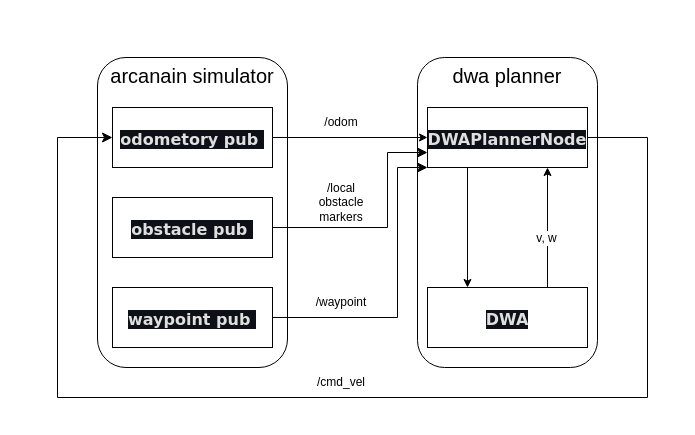
Earlier version of the draw.io diagram images/system_architecture.drawio (Arcanain/dwa_planner). Source tidied: cells renumbered, new cells numbered last; positions are measured from the earlier drawing's top-left corner, leaving out a move shared by most shapes. Both pictures are drawn from the tidied source at 100%, with x=0, y=0 at pixel (57, 57).
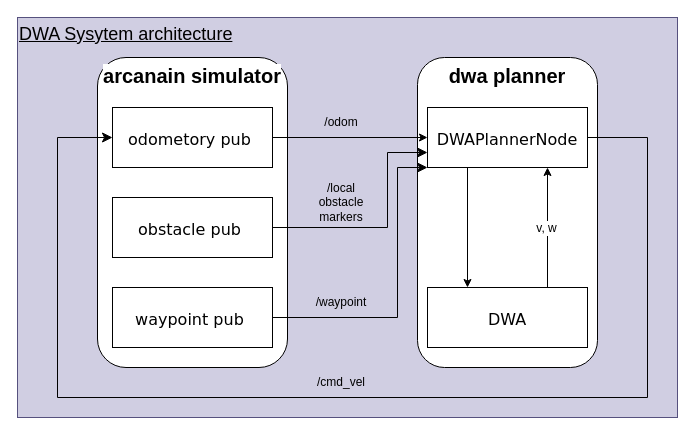
The same diagram, later.

Commit message (it also covers changes not shown here):
[add]system_architecture

The change refers to these unchanged cells:
```xml
<mxCell id="7" style="edgeStyle=none;html=1;fontSize=20;entryX=0.75;entryY=1;entryDx=0;entryDy=0;exitX=0.75;exitY=0;exitDx=0;exitDy=0;" parent="1" edge="1" source="6" target="5">
  <mxGeometry relative="1" as="geometry" />
</mxCell>
```

Diff of the diagram source:
```diff
@@
+    <mxCell id="20" value="&lt;font style=&quot;font-size: 18px;&quot; color=&quot;#000000&quot;&gt;&lt;u&gt;DWA Sysytem architecture&lt;/u&gt;&lt;/font&gt;" style="rounded=0;whiteSpace=wrap;html=1;fontSize=12;verticalAlign=top;align=left;labelBackgroundColor=none;fillColor=#d0cee2;strokeColor=#56517e;" parent="1" vertex="1">
+      <mxGeometry x="-40" y="-40" width="660" height="400" as="geometry" />
+    </mxCell>
-    <mxCell id="2" value="&lt;span style=&quot;font-size: 20px;&quot;&gt;arcanain simulator&lt;/span&gt;" style="rounded=1;whiteSpace=wrap;html=1;align=center;verticalAlign=top;" parent="1" vertex="1">
+    <mxCell id="2" value="&lt;span style=&quot;font-size: 20px;&quot;&gt;&lt;b&gt;arcanain simulator&lt;/b&gt;&lt;/span&gt;" style="rounded=1;whiteSpace=wrap;html=1;align=center;verticalAlign=top;labelBackgroundColor=default;" parent="1" vertex="1">
       <mxGeometry x="40" width="190" height="310" as="geometry" />
     </mxCell>
-    <mxCell id="3" value="&lt;span style=&quot;font-size: 20px;&quot;&gt;dwa planner&lt;/span&gt;" style="rounded=1;whiteSpace=wrap;html=1;align=center;verticalAlign=top;" parent="1" vertex="1">
+    <mxCell id="3" value="&lt;span style=&quot;font-size: 20px;&quot;&gt;&lt;b&gt;dwa planner&lt;/b&gt;&lt;/span&gt;" style="rounded=1;whiteSpace=wrap;html=1;align=center;verticalAlign=top;labelBackgroundColor=default;" parent="1" vertex="1">
       <mxGeometry x="360" width="180" height="310" as="geometry" />
     </mxCell>
@@
-    <mxCell id="5" value="&lt;span style=&quot;color: rgb(224, 223, 223); font-family: &amp;quot;trebuchet ms&amp;quot;, verdana, arial, sans-serif; font-size: 16px; font-weight: 700; text-align: start; background-color: rgb(13, 17, 23);&quot;&gt;DWAPlannerNode&lt;/span&gt;" style="rounded=0;whiteSpace=wrap;html=1;fontSize=20;" parent="1" vertex="1">
+    <mxCell id="5" value="&lt;span style=&quot;font-family: &amp;quot;trebuchet ms&amp;quot;, verdana, arial, sans-serif; font-size: 16px; text-align: start;&quot;&gt;DWAPlannerNode&lt;/span&gt;" style="rounded=0;whiteSpace=wrap;html=1;fontSize=20;" parent="1" vertex="1">
       <mxGeometry x="370" y="50" width="160" height="60" as="geometry" />
     </mxCell>
-    <mxCell id="6" value="&lt;div style=&quot;text-align: start;&quot;&gt;&lt;font face=&quot;trebuchet ms, verdana, arial, sans-serif&quot; color=&quot;#e0dfdf&quot;&gt;&lt;span style=&quot;font-size: 16px; background-color: rgb(13, 17, 23);&quot;&gt;&lt;b&gt;DWA&lt;/b&gt;&lt;/span&gt;&lt;/font&gt;&lt;/div&gt;" style="rounded=0;whiteSpace=wrap;html=1;fontSize=20;" parent="1" vertex="1">
+    <mxCell id="6" value="&lt;div style=&quot;text-align: start;&quot;&gt;&lt;font face=&quot;trebuchet ms, verdana, arial, sans-serif&quot;&gt;&lt;span style=&quot;font-size: 16px;&quot;&gt;DWA&lt;/span&gt;&lt;/font&gt;&lt;/div&gt;" style="rounded=0;whiteSpace=wrap;html=1;fontSize=20;" parent="1" vertex="1">
       <mxGeometry x="370" y="230" width="160" height="60" as="geometry" />
     </mxCell>
@@
     <mxCell id="8" value="v, w" style="edgeLabel;html=1;align=center;verticalAlign=middle;fontSize=12;" parent="7" vertex="1">
-      <mxGeometry x="-0.17" y="2" relative="1" as="geometry" />
+      <mxGeometry x="-0.17" y="2" relative="1" as="geometry">
+        <mxPoint y="-10" as="offset" />
+      </mxGeometry>
     </mxCell>
-    <mxCell id="9" value="&lt;div style=&quot;text-align: start;&quot;&gt;&lt;font face=&quot;trebuchet ms, verdana, arial, sans-serif&quot; color=&quot;#e0dfdf&quot;&gt;&lt;span style=&quot;font-size: 16px; background-color: rgb(13, 17, 23);&quot;&gt;&lt;b&gt;odometory pub&amp;nbsp;&lt;/b&gt;&lt;/span&gt;&lt;/font&gt;&lt;/div&gt;" style="rounded=0;whiteSpace=wrap;html=1;fontSize=20;" parent="1" vertex="1">
+    <mxCell id="9" value="&lt;div style=&quot;text-align: start;&quot;&gt;&lt;font face=&quot;trebuchet ms, verdana, arial, sans-serif&quot;&gt;&lt;span style=&quot;font-size: 16px;&quot;&gt;odometory pub&amp;nbsp;&lt;/span&gt;&lt;/font&gt;&lt;/div&gt;" style="rounded=0;whiteSpace=wrap;html=1;fontSize=20;" parent="1" vertex="1">
       <mxGeometry x="55" y="50" width="160" height="60" as="geometry" />
     </mxCell>
-    <mxCell id="10" value="&lt;div style=&quot;text-align: start;&quot;&gt;&lt;font face=&quot;trebuchet ms, verdana, arial, sans-serif&quot; color=&quot;#e0dfdf&quot;&gt;&lt;span style=&quot;font-size: 16px; background-color: rgb(13, 17, 23);&quot;&gt;&lt;b&gt;obstacle pub&amp;nbsp;&lt;/b&gt;&lt;/span&gt;&lt;/font&gt;&lt;/div&gt;" style="rounded=0;whiteSpace=wrap;html=1;fontSize=20;" parent="1" vertex="1">
+    <mxCell id="10" value="&lt;div style=&quot;text-align: start;&quot;&gt;&lt;font face=&quot;trebuchet ms, verdana, arial, sans-serif&quot;&gt;&lt;span style=&quot;font-size: 16px;&quot;&gt;obstacle pub&amp;nbsp;&lt;/span&gt;&lt;/font&gt;&lt;/div&gt;" style="rounded=0;whiteSpace=wrap;html=1;fontSize=20;" parent="1" vertex="1">
       <mxGeometry x="55" y="140" width="160" height="60" as="geometry" />
     </mxCell>
-    <mxCell id="11" value="&lt;div style=&quot;text-align: start;&quot;&gt;&lt;font face=&quot;trebuchet ms, verdana, arial, sans-serif&quot; color=&quot;#e0dfdf&quot;&gt;&lt;span style=&quot;font-size: 16px; background-color: rgb(13, 17, 23);&quot;&gt;&lt;b&gt;waypoint pub&amp;nbsp;&lt;/b&gt;&lt;/span&gt;&lt;/font&gt;&lt;/div&gt;" style="rounded=0;whiteSpace=wrap;html=1;fontSize=20;" parent="1" vertex="1">
+    <mxCell id="11" value="&lt;div style=&quot;text-align: start;&quot;&gt;&lt;font face=&quot;trebuchet ms, verdana, arial, sans-serif&quot;&gt;&lt;span style=&quot;font-size: 16px;&quot;&gt;waypoint pub&amp;nbsp;&lt;/span&gt;&lt;/font&gt;&lt;/div&gt;" style="rounded=0;whiteSpace=wrap;html=1;fontSize=20;" parent="1" vertex="1">
       <mxGeometry x="55" y="230" width="160" height="60" as="geometry" />
     </mxCell>
@@
-    <mxCell id="15" value="/local obstacle&lt;br style=&quot;font-size: 12px;&quot;&gt;markers" style="text;html=1;strokeColor=none;fillColor=none;align=center;verticalAlign=middle;whiteSpace=wrap;rounded=0;fontSize=12;" parent="1" vertex="1">
+    <mxCell id="15" value="/local obstacle&lt;br style=&quot;font-size: 12px;&quot;&gt;markers" style="text;html=1;strokeColor=none;fillColor=none;align=center;verticalAlign=middle;whiteSpace=wrap;rounded=0;fontSize=12;fontColor=#000000;" parent="1" vertex="1">
       <mxGeometry x="254" y="130" width="60" height="30" as="geometry" />
     </mxCell>
-    <mxCell id="16" value="/waypoint" style="text;html=1;strokeColor=none;fillColor=none;align=center;verticalAlign=middle;whiteSpace=wrap;rounded=0;fontSize=12;" parent="1" vertex="1">
+    <mxCell id="16" value="/waypoint" style="text;html=1;strokeColor=none;fillColor=none;align=center;verticalAlign=middle;whiteSpace=wrap;rounded=0;fontSize=12;fontColor=#000000;" parent="1" vertex="1">
       <mxGeometry x="254" y="230" width="60" height="30" as="geometry" />
     </mxCell>
@@
-    <mxCell id="18" value="/cmd_vel" style="text;html=1;strokeColor=none;fillColor=none;align=center;verticalAlign=middle;whiteSpace=wrap;rounded=0;fontSize=12;" parent="1" vertex="1">
+    <mxCell id="18" value="/cmd_vel" style="text;html=1;strokeColor=none;fillColor=none;align=center;verticalAlign=middle;whiteSpace=wrap;rounded=0;fontSize=12;fontColor=#000000;" parent="1" vertex="1">
       <mxGeometry x="254" y="310" width="60" height="30" as="geometry" />
     </mxCell>
-    <mxCell id="19" value="/odom" style="text;html=1;strokeColor=none;fillColor=none;align=center;verticalAlign=middle;whiteSpace=wrap;rounded=0;fontSize=12;" parent="1" vertex="1">
+    <mxCell id="19" value="/odom" style="text;html=1;strokeColor=none;fillColor=none;align=center;verticalAlign=middle;whiteSpace=wrap;rounded=0;fontSize=12;fontColor=#000000;" parent="1" vertex="1">
       <mxGeometry x="254" y="50" width="60" height="30" as="geometry" />
     </mxCell>
```
